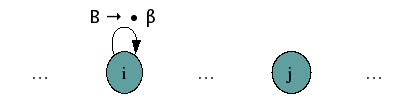
Above: images/chart_bu_predict2.png in nltk/nltk_book (Graphviz), before the change. Its source is kept beside it as images/chart_bu_predict2.dot. Source of this version:
```dot
digraph x {
   rankdir=LR;
   ranksep=0.25;

   /* The nodes */
   {
       node [style=filled, height=0.1,width=0.1,fillcolor=cadetblue];
       1 [label="i"];
       2 [label="j"];
   }

   /* The sentence */
   {
       edge [style=invis, weight=100];
       node [shape=plaintext];
       dots1->1->dots2->2->dots3;
       dots1 [label="&hellip;"];
       dots2 [label="&hellip;"];
       dots3 [label="&hellip;"];
   }

   /* Edges */
   {
       edge [fontname=LucidaGrande];
       1->1 [label="B &rarr; &bull; &beta;"];
   }

}
```
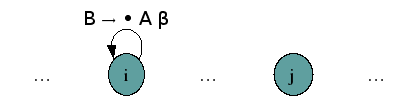
After the change.

Commit message:
fixed incorrect diagram, following suggestion by Kamil Dworakowski

svn/trunk@4104

The edit, as a diff of the source:
```diff
@@ -22,7 +22,7 @@
    /* Edges */
    {
        edge [fontname=LucidaGrande];
-       1->1 [label="B &rarr; &bull; &beta;"];
+       1->1 [label="B &rarr; &bull; A &beta;"];
    }
 
 }
```
